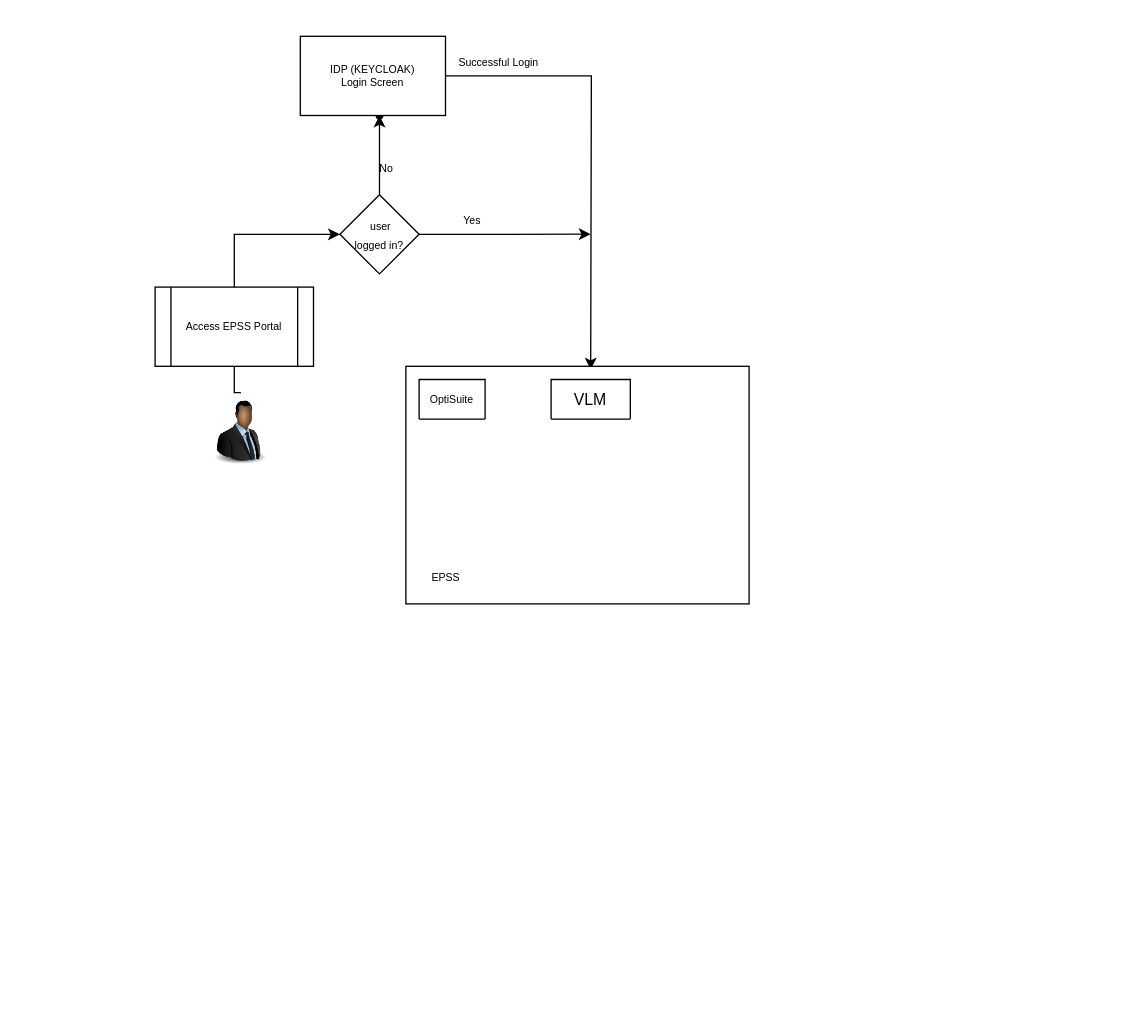
daryllrebeiro/Score_ionic keeps this draw.io diagram as img/Arc Diagram.drawio. Above is the earlier version. Source tidied: cells renumbered, new cells numbered last; positions are measured from the earlier drawing's top-left corner, leaving out a move shared by most shapes. Both pictures are drawn from the tidied source at 132%, with x=0, y=0 at pixel (154, 36).
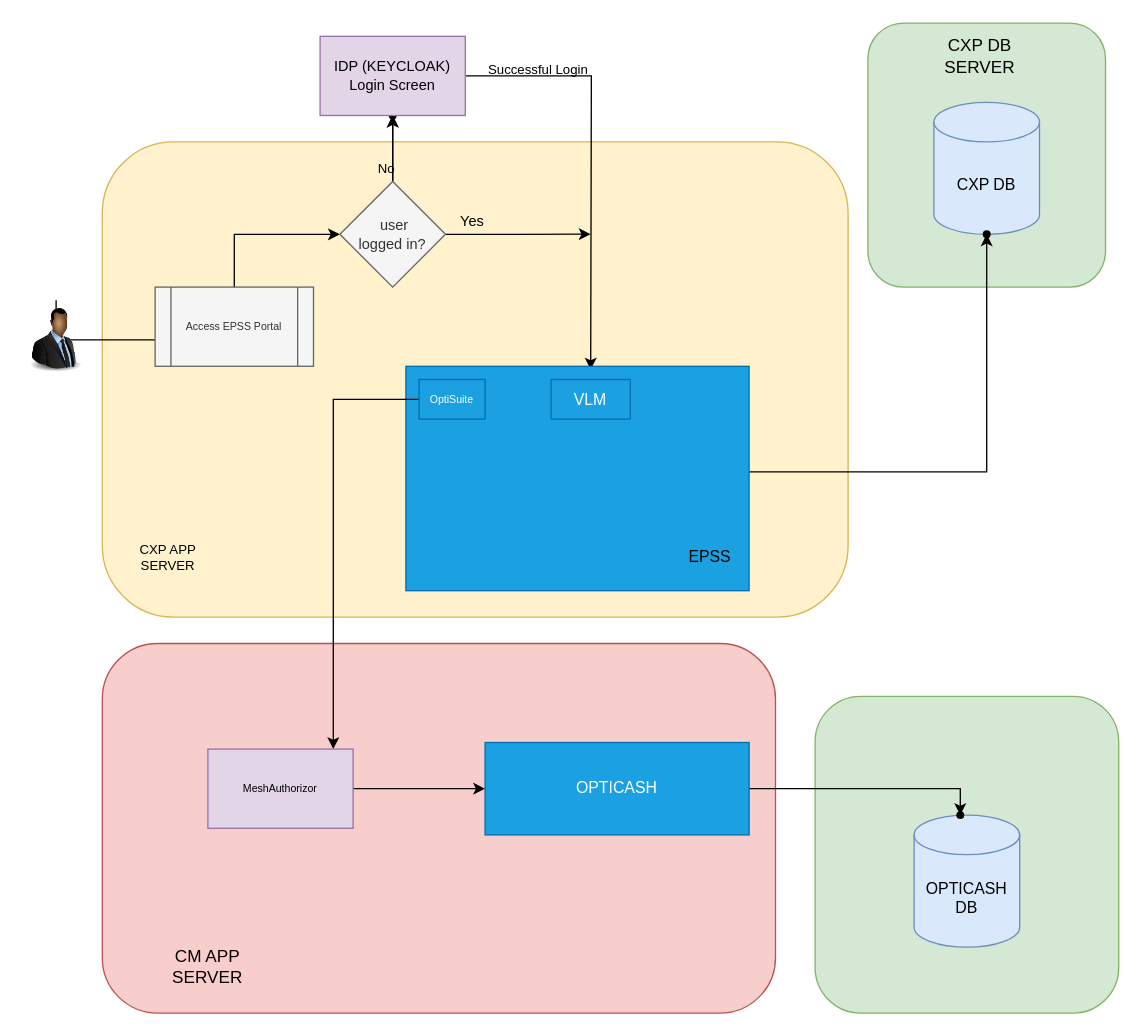
The same page after the edit.

The change refers to these unchanged cells:
```xml
<mxCell id="14" value="Access EPSS Portal" style="text;html=1;align=center;verticalAlign=middle;points=[];strokeColor=none;fillColor=none;fontSize=8;" parent="1" vertex="1">
  <mxGeometry x="10" y="220" width="100" height="20" as="geometry" />
</mxCell>
```

What changed in the source:
```diff
@@
+    <mxCell id="20" style="rounded=1;whiteSpace=wrap;html=1;fontSize=13;fillColor=#d5e8d4;strokeColor=#82b366;" parent="1" vertex="1">
+      <mxGeometry x="540" y="-10" width="180" height="200" as="geometry" />
+    </mxCell>
+    <mxCell id="21" style="rounded=1;whiteSpace=wrap;html=1;fontSize=12;fillColor=#fff2cc;strokeColor=#d6b656;" parent="1" vertex="1">
+      <mxGeometry x="-40" y="80" width="565" height="360" as="geometry" />
+    </mxCell>
+    <mxCell id="22" style="rounded=1;whiteSpace=wrap;html=1;fontSize=12;fillColor=#f8cecc;strokeColor=#b85450;" parent="1" vertex="1">
+      <mxGeometry x="-40" y="460" width="510" height="280" as="geometry" />
+    </mxCell>
+    <mxCell id="23" style="rounded=1;whiteSpace=wrap;html=1;fontSize=12;fillColor=#d5e8d4;strokeColor=#82b366;" parent="1" vertex="1">
+      <mxGeometry x="500" y="500" width="230" height="240" as="geometry" />
+    </mxCell>
     <mxCell id="2" style="edgeStyle=orthogonalEdgeStyle;rounded=0;jettySize=auto;html=1;exitX=0.5;exitY=0;exitDx=0;exitDy=0;entryX=0.563;entryY=1;entryDx=0;entryDy=0;entryPerimeter=0;" parent="1" edge="1" source="3" target="14">
       <mxGeometry relative="1" as="geometry">
         <Array as="points">
-          <mxPoint x="60" y="270" />
+          <mxPoint x="-75" y="230" />
+          <mxPoint x="60" y="230" />
           <mxPoint x="60" y="240" />
         </Array>
       </mxGeometry>
     </mxCell>
     <mxCell id="3" style="image;html=1;image=img/lib/clip_art/people/Suit_Man_Black_128x128.png;" parent="1" vertex="1">
-      <mxGeometry x="40" y="270" width="50" height="60" as="geometry" />
+      <mxGeometry x="-100" y="200" width="50" height="60" as="geometry" />
     </mxCell>
@@
+    <mxCell id="24" style="edgeStyle=orthogonalEdgeStyle;rounded=0;jettySize=auto;html=1;fontSize=11;" parent="1" edge="1" source="7" target="11">
+      <mxGeometry relative="1" as="geometry" />
+    </mxCell>
-    <mxCell id="7" value="&lt;span style=&quot;font-size: 8px;&quot;&gt;&amp;nbsp;user &lt;br&gt;logged in?&lt;/span&gt;" style="rhombus;whiteSpace=wrap;html=1;" parent="1" vertex="1">
-      <mxGeometry x="140" y="120" width="60" height="60" as="geometry" />
+    <mxCell id="7" value="&lt;span style=&quot;font-size: 11px;&quot;&gt;&amp;nbsp;user &lt;br&gt;logged in?&lt;/span&gt;" style="rhombus;whiteSpace=wrap;html=1;fillColor=#f5f5f5;strokeColor=#666666;fontColor=#333333;" parent="1" vertex="1">
+      <mxGeometry x="140" y="110" width="80" height="80" as="geometry" />
     </mxCell>
     <mxCell id="8" style="shape=waypoint;sketch=0;size=6;points=[];fillColor=default;perimeter=centerPerimeter;snapToPoint=1;" parent="1" vertex="1">
-      <mxGeometry x="150" y="40" width="40" height="40" as="geometry" />
+      <mxGeometry x="160" y="40" width="40" height="40" as="geometry" />
     </mxCell>
-    <mxCell id="9" value="No" style="text;html=1;align=center;verticalAlign=middle;strokeColor=none;fillColor=none;fontSize=8;" parent="1" vertex="1">
-      <mxGeometry x="160" y="90" width="30" height="20" as="geometry" />
+    <mxCell id="9" value="&lt;font style=&quot;font-size: 10px;&quot;&gt;No&lt;/font&gt;" style="text;html=1;align=center;verticalAlign=middle;strokeColor=none;fillColor=none;fontSize=8;" parent="1" vertex="1">
+      <mxGeometry x="155" y="85" width="40" height="30" as="geometry" />
     </mxCell>
@@
-    <mxCell id="11" value="IDP (KEYCLOAK) &lt;br&gt;Login Screen" style="rounded=0;whiteSpace=wrap;html=1;fontSize=8;" parent="1" vertex="1">
-      <mxGeometry x="110" width="110" height="60" as="geometry" />
+    <mxCell id="11" value="&lt;font style=&quot;font-size: 11px;&quot;&gt;IDP (KEYCLOAK) &lt;br&gt;Login Screen&lt;/font&gt;" style="rounded=0;whiteSpace=wrap;html=1;fontSize=8;fillColor=#e1d5e7;strokeColor=#9673a6;" parent="1" vertex="1">
+      <mxGeometry x="125" width="110" height="60" as="geometry" />
     </mxCell>
-    <mxCell id="12" value="Yes" style="text;html=1;align=center;verticalAlign=middle;strokeColor=none;fillColor=none;fontSize=8;" parent="1" vertex="1">
-      <mxGeometry x="220" y="130" width="40" height="20" as="geometry" />
+    <mxCell id="12" value="&lt;font style=&quot;font-size: 11px;&quot;&gt;&lt;font style=&quot;font-size: 11px;&quot;&gt;Ye&lt;/font&gt;s&lt;/font&gt;" style="text;html=1;align=center;verticalAlign=middle;strokeColor=none;fillColor=none;fontSize=8;" parent="1" vertex="1">
+      <mxGeometry x="220" y="125" width="40" height="30" as="geometry" />
     </mxCell>
-    <mxCell id="13" value="Successful Login" style="text;html=1;align=center;verticalAlign=middle;strokeColor=none;fillColor=none;fontSize=8;" parent="1" vertex="1">
-      <mxGeometry x="220" y="10" width="80" height="20" as="geometry" />
+    <mxCell id="13" value="&lt;font style=&quot;font-size: 10px;&quot;&gt;Successful Login&lt;/font&gt;" style="text;html=1;align=center;verticalAlign=middle;strokeColor=none;fillColor=none;fontSize=8;" parent="1" vertex="1">
+      <mxGeometry x="240" y="10" width="100" height="30" as="geometry" />
     </mxCell>
@@
+    <mxCell id="25" style="edgeStyle=orthogonalEdgeStyle;rounded=0;jettySize=auto;html=1;fontSize=12;" parent="1" edge="1" source="15" target="34">
+      <mxGeometry relative="1" as="geometry">
+        <Array as="points">
+          <mxPoint x="630" y="330" />
+          <mxPoint x="630" y="150" />
+        </Array>
+      </mxGeometry>
+    </mxCell>
-    <mxCell id="15" style="rounded=0;whiteSpace=wrap;html=1;fontSize=8;" parent="1" vertex="1">
-      <mxGeometry x="190" y="250" width="260" height="180" as="geometry" />
+    <mxCell id="15" style="rounded=0;whiteSpace=wrap;html=1;fontSize=8;fillColor=#1ba1e2;fontColor=#ffffff;strokeColor=#006EAF;" parent="1" vertex="1">
+      <mxGeometry x="190" y="250" width="260" height="170" as="geometry" />
     </mxCell>
-    <mxCell id="16" value="Access EPSS Portal" style="shape=process;whiteSpace=wrap;html=1;backgroundOutline=1;fontSize=8;" parent="1" vertex="1">
+    <mxCell id="16" value="Access EPSS Portal" style="shape=process;whiteSpace=wrap;html=1;backgroundOutline=1;fontSize=8;fillColor=#f5f5f5;fontColor=#333333;strokeColor=#666666;" parent="1" vertex="1">
       <mxGeometry y="190" width="120" height="60" as="geometry" />
     </mxCell>
+    <mxCell id="26" style="edgeStyle=orthogonalEdgeStyle;rounded=0;jettySize=auto;html=1;" parent="1" edge="1" source="17" target="28">
+      <mxGeometry relative="1" as="geometry">
+        <Array as="points">
+          <mxPoint x="135" y="275" />
+        </Array>
+      </mxGeometry>
+    </mxCell>
-    <mxCell id="17" value="OptiSuite" style="swimlane;fontStyle=0;horizontal=1;startSize=30;fontSize=8;" parent="1" vertex="1" collapsed="1">
+    <mxCell id="17" value="OptiSuite" style="swimlane;fontStyle=0;horizontal=1;startSize=30;fontSize=8;fillColor=#1ba1e2;fontColor=#ffffff;strokeColor=#006EAF;" parent="1" vertex="1" collapsed="1">
       <mxGeometry x="200" y="260" width="50" height="30" as="geometry" />
     </mxCell>
-    <mxCell id="18" value="EPSS" style="text;html=1;align=center;verticalAlign=middle;fillColor=none;strokeColor=none;rounded=0;fontFamily=Helvetica;fontSize=8;fontColor=default;" parent="1" vertex="1">
-      <mxGeometry x="200" y="400" width="40" height="20" as="geometry" />
+    <mxCell id="18" value="&lt;font style=&quot;font-size: 12px;&quot;&gt;EPSS&lt;/font&gt;" style="text;html=1;align=center;verticalAlign=middle;fillColor=none;strokeColor=none;rounded=0;fontFamily=Helvetica;fontSize=8;fontColor=default;" parent="1" vertex="1">
+      <mxGeometry x="390" y="380" width="60" height="30" as="geometry" />
     </mxCell>
-    <mxCell id="19" value="VLM" style="swimlane;fontStyle=0;horizontal=1;startSize=30;" parent="1" vertex="1" collapsed="1">
+    <mxCell id="19" value="VLM" style="swimlane;fontStyle=0;horizontal=1;startSize=30;fillColor=#1ba1e2;fontColor=#ffffff;strokeColor=#006EAF;" parent="1" vertex="1" collapsed="1">
       <mxGeometry x="300" y="260" width="60" height="30" as="geometry" />
     </mxCell>
+    <mxCell id="27" style="edgeStyle=orthogonalEdgeStyle;rounded=0;jettySize=auto;html=1;" parent="1" edge="1" source="28" target="30">
+      <mxGeometry relative="1" as="geometry" />
+    </mxCell>
+    <mxCell id="28" value="MeshAuthorizor" style="whiteSpace=wrap;html=1;fontSize=8;fontStyle=0;startSize=30;fillColor=#e1d5e7;strokeColor=#9673a6;" parent="1" vertex="1">
+      <mxGeometry x="40" y="540" width="110" height="60" as="geometry" />
+    </mxCell>
+    <mxCell id="29" style="edgeStyle=orthogonalEdgeStyle;rounded=0;jettySize=auto;html=1;fontSize=12;" parent="1" edge="1" source="30" target="33">
+      <mxGeometry relative="1" as="geometry">
+        <Array as="points">
+          <mxPoint x="610" y="570" />
+        </Array>
+      </mxGeometry>
+    </mxCell>
+    <mxCell id="30" value="&lt;font style=&quot;font-size: 12px;&quot;&gt;OPTICASH&lt;/font&gt;" style="whiteSpace=wrap;html=1;fontSize=8;fontStyle=0;startSize=30;fillColor=#1ba1e2;fontColor=#ffffff;strokeColor=#006EAF;" parent="1" vertex="1">
+      <mxGeometry x="250" y="535" width="200" height="70" as="geometry" />
+    </mxCell>
+    <mxCell id="31" value="CXP DB" style="shape=cylinder3;whiteSpace=wrap;html=1;boundedLbl=1;backgroundOutline=1;size=15;fontSize=12;fillColor=#dae8fc;strokeColor=#6c8ebf;" parent="1" vertex="1">
+      <mxGeometry x="590" y="50" width="80" height="100" as="geometry" />
+    </mxCell>
+    <mxCell id="32" value="OPTICASH DB" style="shape=cylinder3;whiteSpace=wrap;html=1;boundedLbl=1;backgroundOutline=1;size=15;fontSize=12;fillColor=#dae8fc;strokeColor=#6c8ebf;" parent="1" vertex="1">
+      <mxGeometry x="575" y="590" width="80" height="100" as="geometry" />
+    </mxCell>
+    <mxCell id="33" style="shape=waypoint;sketch=0;size=6;points=[];fillColor=default;perimeter=centerPerimeter;snapToPoint=1;fontSize=8;fontStyle=0;startSize=30;" parent="1" vertex="1">
+      <mxGeometry x="590" y="570" width="40" height="40" as="geometry" />
+    </mxCell>
+    <mxCell id="34" style="shape=waypoint;sketch=0;size=6;points=[];fillColor=default;perimeter=centerPerimeter;snapToPoint=1;fontSize=8;rounded=0;" parent="1" vertex="1">
+      <mxGeometry x="610" y="130" width="40" height="40" as="geometry" />
+    </mxCell>
+    <mxCell id="35" value="&lt;font style=&quot;font-size: 13px;&quot;&gt;CM APP SERVER&lt;/font&gt;" style="text;html=1;strokeColor=none;fillColor=none;align=center;verticalAlign=middle;whiteSpace=wrap;rounded=0;fontSize=11;" parent="1" vertex="1">
+      <mxGeometry x="10" y="690" width="60" height="30" as="geometry" />
+    </mxCell>
+    <mxCell id="36" value="CXP DB SERVER" style="text;html=1;strokeColor=none;fillColor=none;align=center;verticalAlign=middle;whiteSpace=wrap;rounded=0;fontSize=13;" parent="1" vertex="1">
+      <mxGeometry x="595" width="60" height="30" as="geometry" />
+    </mxCell>
+    <mxCell id="37" value="CXP APP SERVER" style="text;html=1;strokeColor=none;fillColor=none;align=center;verticalAlign=middle;whiteSpace=wrap;rounded=0;fontSize=10;" parent="1" vertex="1">
+      <mxGeometry x="-20" y="380" width="60" height="30" as="geometry" />
+    </mxCell>
```
